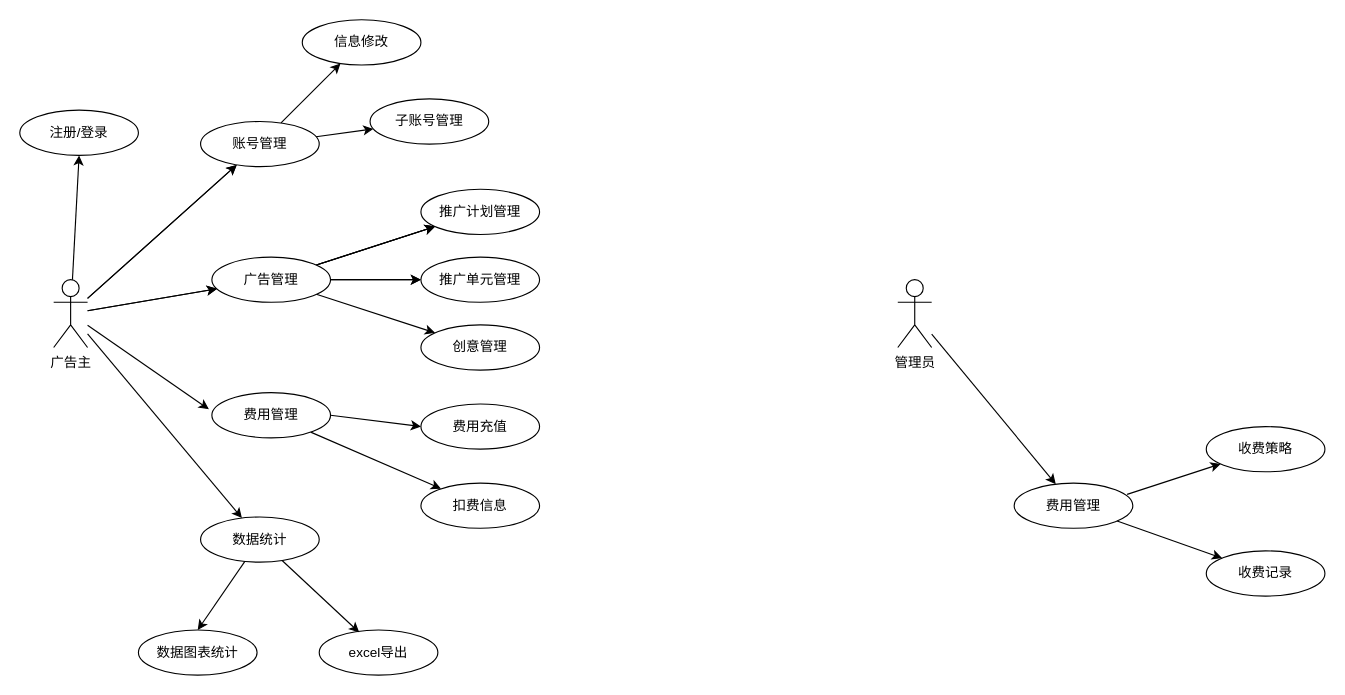
Earlier version of the draw.io diagram 广告主用例图.drawio (izayoiyurin/draw). Source tidied: cells renumbered, new cells numbered last; positions are measured from the earlier drawing's top-left corner, leaving out a move shared by most shapes. Both pictures are drawn from the tidied source at 113%, with x=0, y=0 at pixel (19, 19).
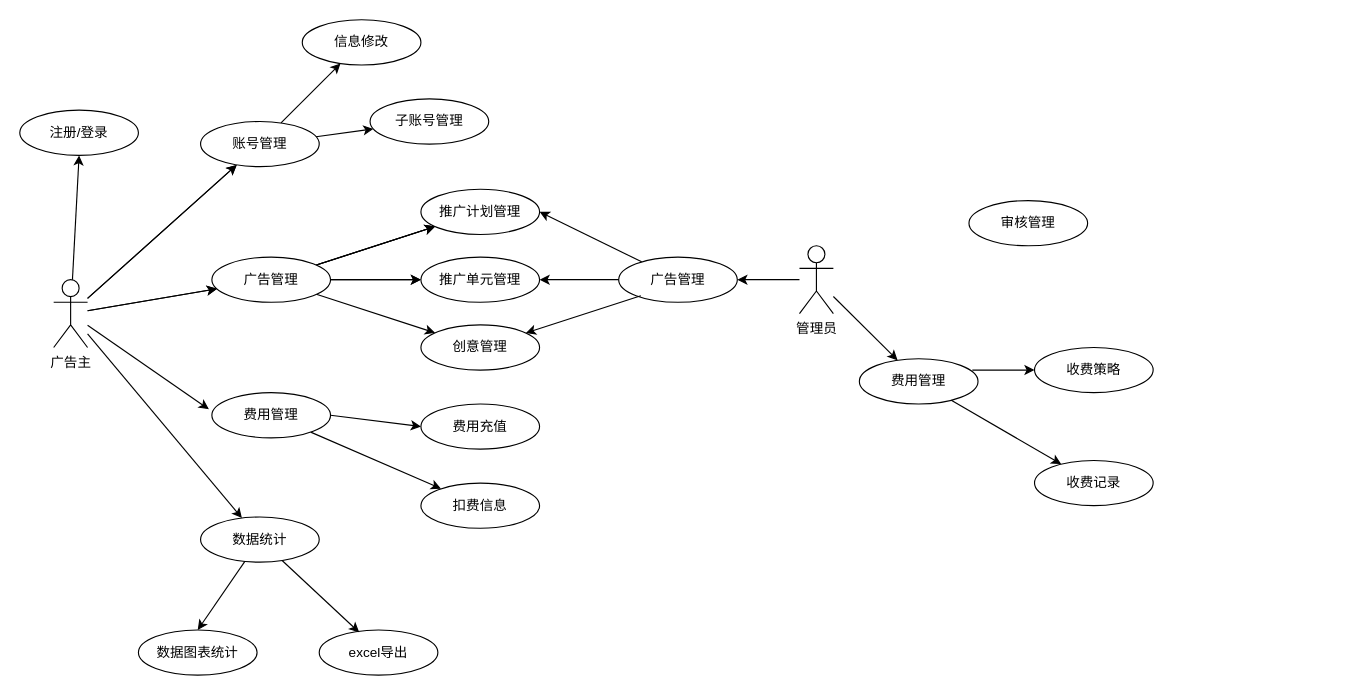
After the change.

Commit message:
更新广告主用例图.drawio

The change refers to these unchanged cells:
```xml
<mxCell id="26" value="推广计划管理" style="ellipse;whiteSpace=wrap;html=1;verticalAlign=middle;" parent="1" vertex="1">
  <mxGeometry x="355" y="150" width="105" height="40" as="geometry" />
</mxCell>
<mxCell id="27" value="推广单元管理" style="ellipse;whiteSpace=wrap;html=1;verticalAlign=middle;" parent="1" vertex="1">
  <mxGeometry x="355" y="210" width="105" height="40" as="geometry" />
</mxCell>
<mxCell id="28" value="创意管理" style="ellipse;whiteSpace=wrap;html=1;verticalAlign=middle;" parent="1" vertex="1">
  <mxGeometry x="355" y="270" width="105" height="40" as="geometry" />
</mxCell>
```

Diff of the diagram source:
```diff
@@
     <mxCell id="36" value="管理员" style="shape=umlActor;verticalLabelPosition=bottom;verticalAlign=top;html=1;" parent="1" vertex="1">
-      <mxGeometry x="777" y="230" width="30" height="60" as="geometry" />
+      <mxGeometry x="690" y="200" width="30" height="60" as="geometry" />
     </mxCell>
     <mxCell id="37" value="费用管理" style="ellipse;whiteSpace=wrap;html=1;verticalAlign=middle;labelPosition=center;verticalLabelPosition=middle;align=center;" parent="1" vertex="1">
-      <mxGeometry x="880" y="410" width="105" height="40" as="geometry" />
+      <mxGeometry x="743" y="300" width="105" height="40" as="geometry" />
     </mxCell>
     <mxCell id="38" value="收费策略" style="ellipse;whiteSpace=wrap;html=1;verticalAlign=middle;labelPosition=center;verticalLabelPosition=middle;align=center;" parent="1" vertex="1">
-      <mxGeometry x="1050" y="360" width="105" height="40" as="geometry" />
+      <mxGeometry x="898" y="290" width="105" height="40" as="geometry" />
     </mxCell>
     <mxCell id="39" value="收费记录" style="ellipse;whiteSpace=wrap;html=1;verticalAlign=middle;labelPosition=center;verticalLabelPosition=middle;align=center;" parent="1" vertex="1">
-      <mxGeometry x="1050" y="470" width="105" height="40" as="geometry" />
+      <mxGeometry x="898" y="390" width="105" height="40" as="geometry" />
     </mxCell>
@@
+    <mxCell id="43" value="广告管理" style="ellipse;whiteSpace=wrap;html=1;verticalAlign=middle;" parent="1" vertex="1">
+      <mxGeometry x="530" y="210" width="105" height="40" as="geometry" />
+    </mxCell>
+    <mxCell id="44" style="endArrow=classic;html=1;rounded=0;entryX=1;entryY=0.5;entryDx=0;entryDy=0;" parent="1" edge="1" source="43" target="26">
+      <mxGeometry relative="1" as="geometry" />
+    </mxCell>
+    <mxCell id="45" style="endArrow=classic;html=1;rounded=0;" parent="1" edge="1" source="43" target="27">
+      <mxGeometry relative="1" as="geometry" />
+    </mxCell>
+    <mxCell id="46" style="endArrow=classic;html=1;rounded=0;exitX=0.187;exitY=0.857;exitDx=0;exitDy=0;exitPerimeter=0;" parent="1" edge="1" source="43" target="28">
+      <mxGeometry relative="1" as="geometry" />
+    </mxCell>
+    <mxCell id="47" style="endArrow=classic;html=1;rounded=0;" parent="1" edge="1" source="36" target="43">
+      <mxGeometry relative="1" as="geometry" />
+    </mxCell>
+    <mxCell id="48" value="审核管理" style="ellipse;whiteSpace=wrap;html=1;verticalAlign=middle;labelPosition=center;verticalLabelPosition=middle;align=center;" parent="1" vertex="1">
+      <mxGeometry x="840" y="160" width="105" height="40" as="geometry" />
+    </mxCell>
```
